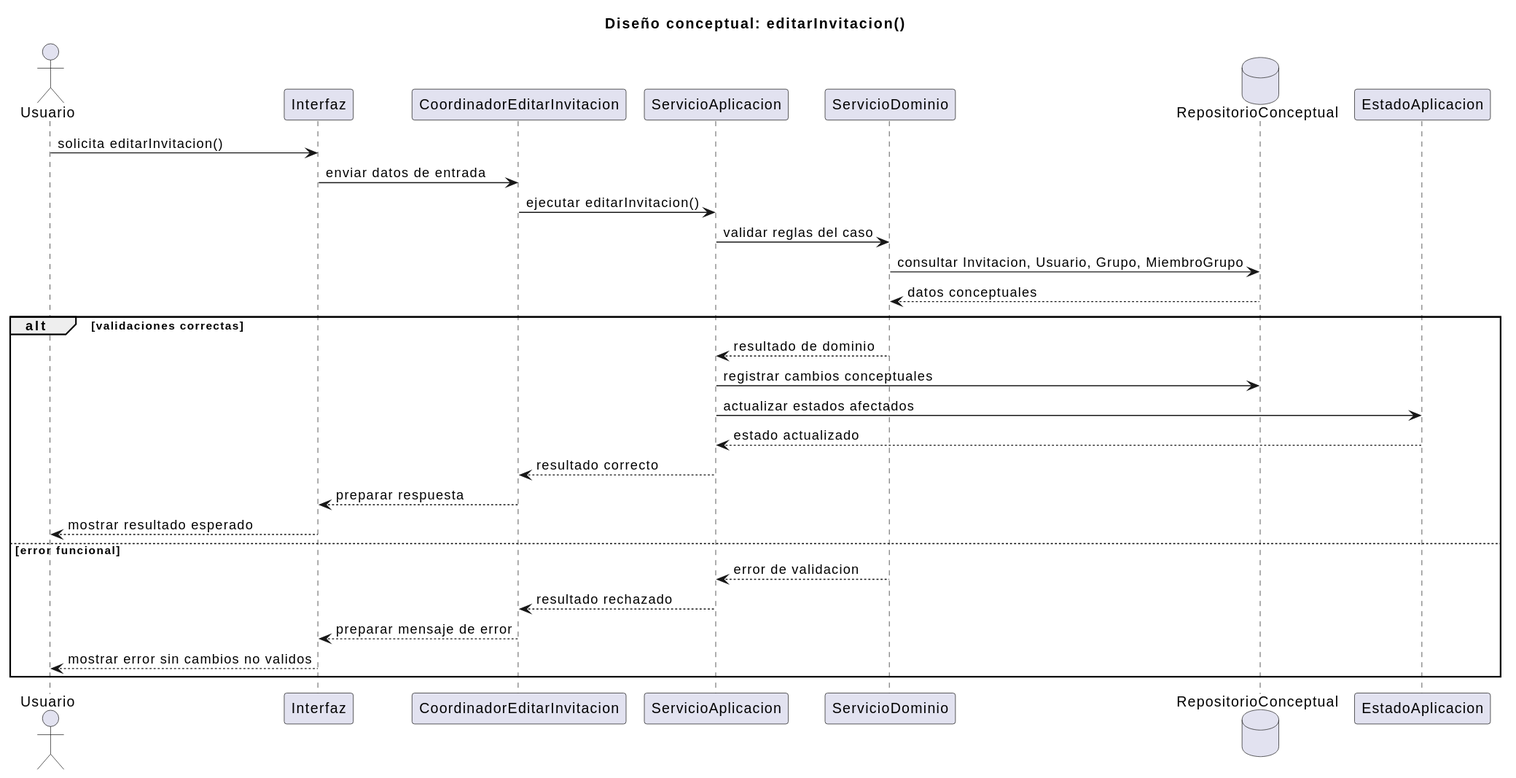
Before: documents/RUP/02-diseño/casos-uso/gestion-grupos/editarInvitacion/secuencia.svg, a diagram exported from PlantUML (inigovaqueroo04/25-26-idsw2-sdVC).
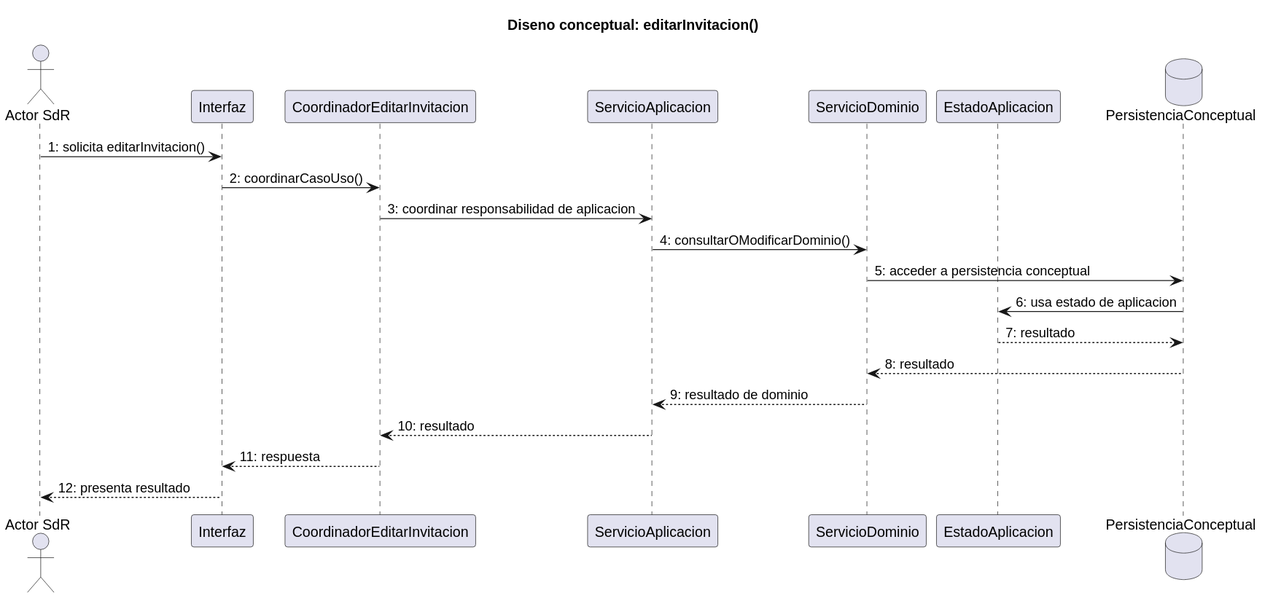
The same file after the commit.

Commit message:
docs: ajustar diseno de editar invitacion

The edit, as a diff of the source:
```diff
@@ -1,33 +1,24 @@
 @startuml
-title Diseño conceptual: editarInvitacion()
+title Diseno conceptual: editarInvitacion()
 
-actor "Usuario" as Usuario
+actor "Actor SdR" as Actor
 participant "Interfaz" as Interfaz
 participant "CoordinadorEditarInvitacion" as Coordinador
 participant "ServicioAplicacion" as ServicioAplicacion
 participant "ServicioDominio" as ServicioDominio
-database "RepositorioConceptual" as Repositorio
 participant "EstadoAplicacion" as EstadoAplicacion
+database "PersistenciaConceptual" as Persistencia
 
-Usuario -> Interfaz : solicita editarInvitacion()
-Interfaz -> Coordinador : enviar datos de entrada
-Coordinador -> ServicioAplicacion : ejecutar editarInvitacion()
-ServicioAplicacion -> ServicioDominio : validar reglas del caso
-ServicioDominio -> Repositorio : consultar Invitacion, Usuario, Grupo, MiembroGrupo
-Repositorio --> ServicioDominio : datos conceptuales
-
-alt validaciones correctas
-  ServicioDominio --> ServicioAplicacion : resultado de dominio
-  ServicioAplicacion -> Repositorio : registrar cambios conceptuales
-  ServicioAplicacion -> EstadoAplicacion : actualizar estados afectados
-  EstadoAplicacion --> ServicioAplicacion : estado actualizado
-  ServicioAplicacion --> Coordinador : resultado correcto
-  Coordinador --> Interfaz : preparar respuesta
-  Interfaz --> Usuario : mostrar resultado esperado
-else error funcional
-  ServicioDominio --> ServicioAplicacion : error de validacion
-  ServicioAplicacion --> Coordinador : resultado rechazado
-  Coordinador --> Interfaz : preparar mensaje de error
-  Interfaz --> Usuario : mostrar error sin cambios no validos
-end
+Actor -> Interfaz : 1: solicita editarInvitacion()
+Interfaz -> Coordinador : 2: coordinarCasoUso()
+Coordinador -> ServicioAplicacion : 3: coordinar responsabilidad de aplicacion
+ServicioAplicacion -> ServicioDominio : 4: consultarOModificarDominio()
+ServicioDominio -> Persistencia : 5: acceder a persistencia conceptual
+Persistencia -> EstadoAplicacion : 6: usa estado de aplicacion
+EstadoAplicacion --> Persistencia : 7: resultado
+Persistencia --> ServicioDominio : 8: resultado
+ServicioDominio --> ServicioAplicacion : 9: resultado de dominio
+ServicioAplicacion --> Coordinador : 10: resultado
+Coordinador --> Interfaz : 11: respuesta
+Interfaz --> Actor : 12: presenta resultado
 @enduml
```
